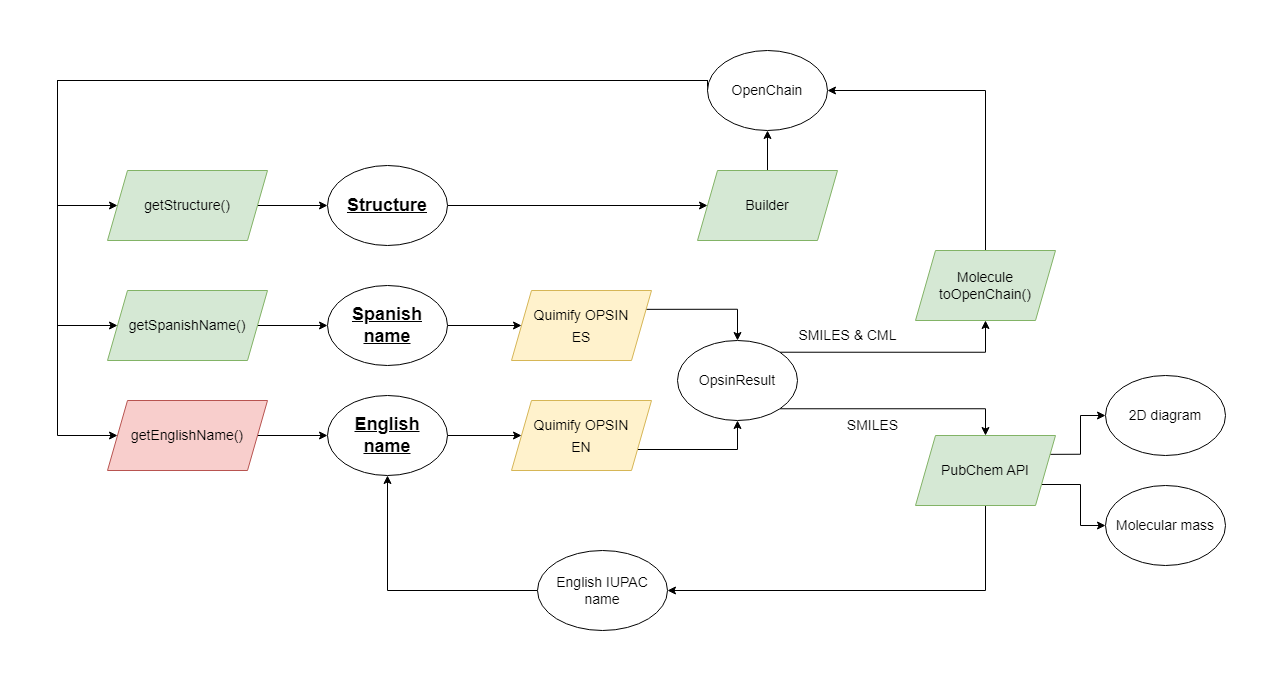
This is doc/organic.png from quimifyapp/organic, a draw.io export, as it was before one commit. Source tidied: cells renumbered, new cells last; positions are measured from the earlier drawing's top-left corner, leaving out a move shared by most shapes.
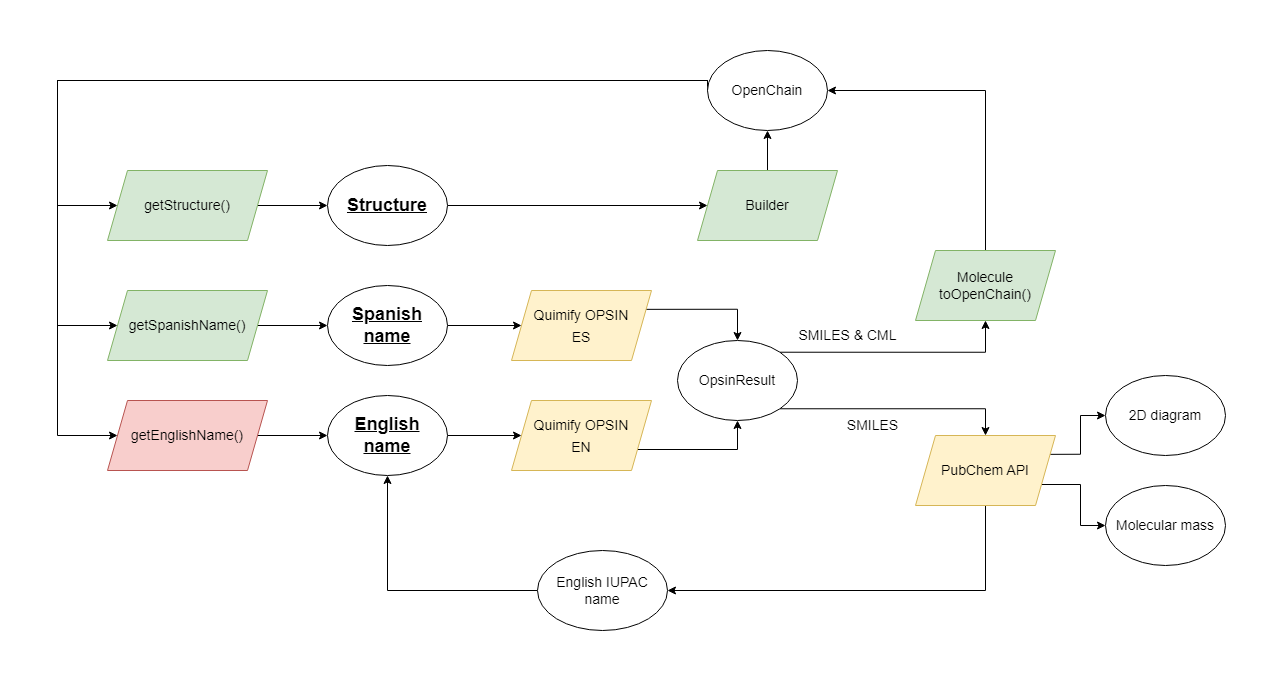
After the change.

Commit message:
Improved doc flowchart

The edit, as a diff of the source:
```diff
@@ -56,7 +56,7 @@
     <mxCell id="19" style="edgeStyle=orthogonalEdgeStyle;rounded=0;jettySize=auto;html=1;exitX=0.5;exitY=1;exitDx=0;exitDy=0;entryX=1;entryY=0.5;entryDx=0;entryDy=0;fontSize=14;" parent="1" edge="1" source="20" target="36">
       <mxGeometry relative="1" as="geometry" />
     </mxCell>
-    <mxCell id="20" value="PubChem API" style="shape=parallelogram;perimeter=parallelogramPerimeter;whiteSpace=wrap;html=1;fixedSize=1;fontSize=14;fillColor=#d5e8d4;strokeColor=#82b366;" parent="1" vertex="1">
+    <mxCell id="20" value="PubChem API" style="shape=parallelogram;perimeter=parallelogramPerimeter;whiteSpace=wrap;html=1;fixedSize=1;fontSize=14;fillColor=#fff2cc;strokeColor=#d6b656;" parent="1" vertex="1">
       <mxGeometry x="858" y="385" width="140" height="70" as="geometry" />
     </mxCell>
     <mxCell id="21" value="2D diagram" style="ellipse;whiteSpace=wrap;html=1;fontSize=14;" parent="1" vertex="1">
```
